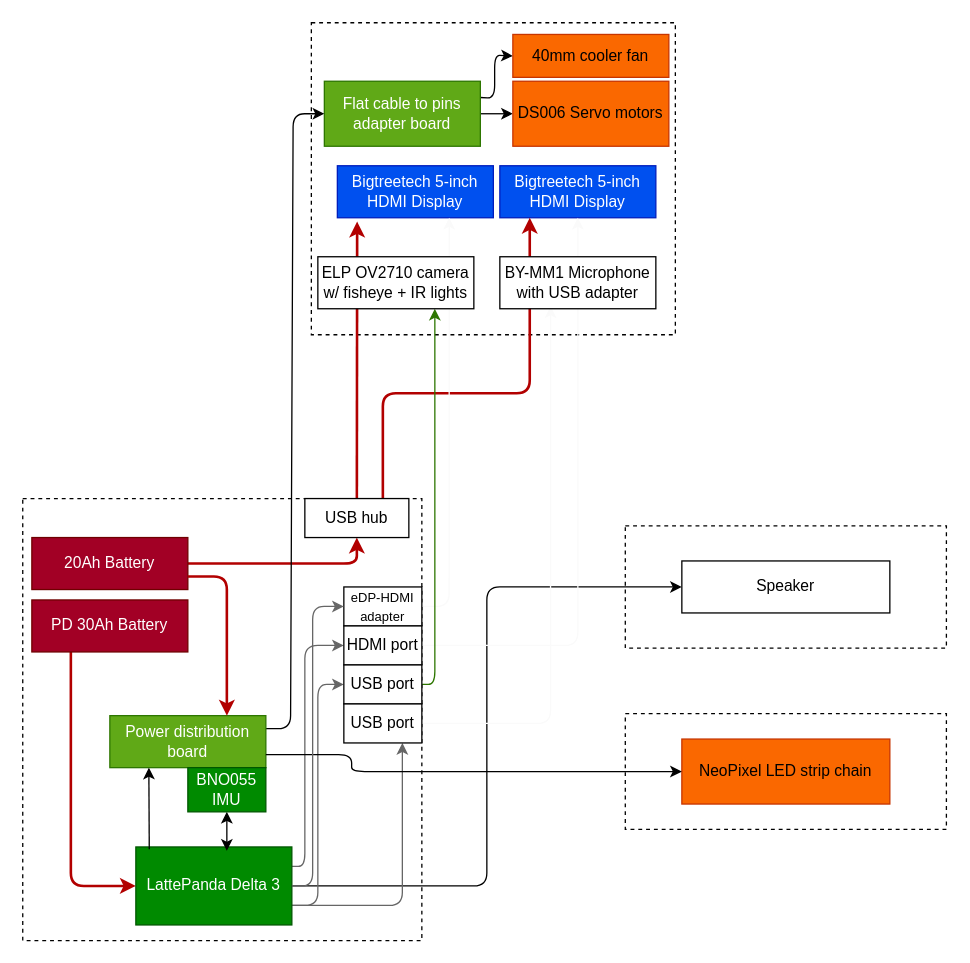
Earlier version of the draw.io diagram Planning/Hardware.drawio (MekhyW/DYNAMO-Electronic_Fursuit-2.0). Source tidied: cells renumbered, new cells numbered last; positions are measured from the earlier drawing's top-left corner, leaving out a move shared by most shapes. Both pictures are drawn from the tidied source at 130%, with x=0, y=0 at pixel (22, 22).
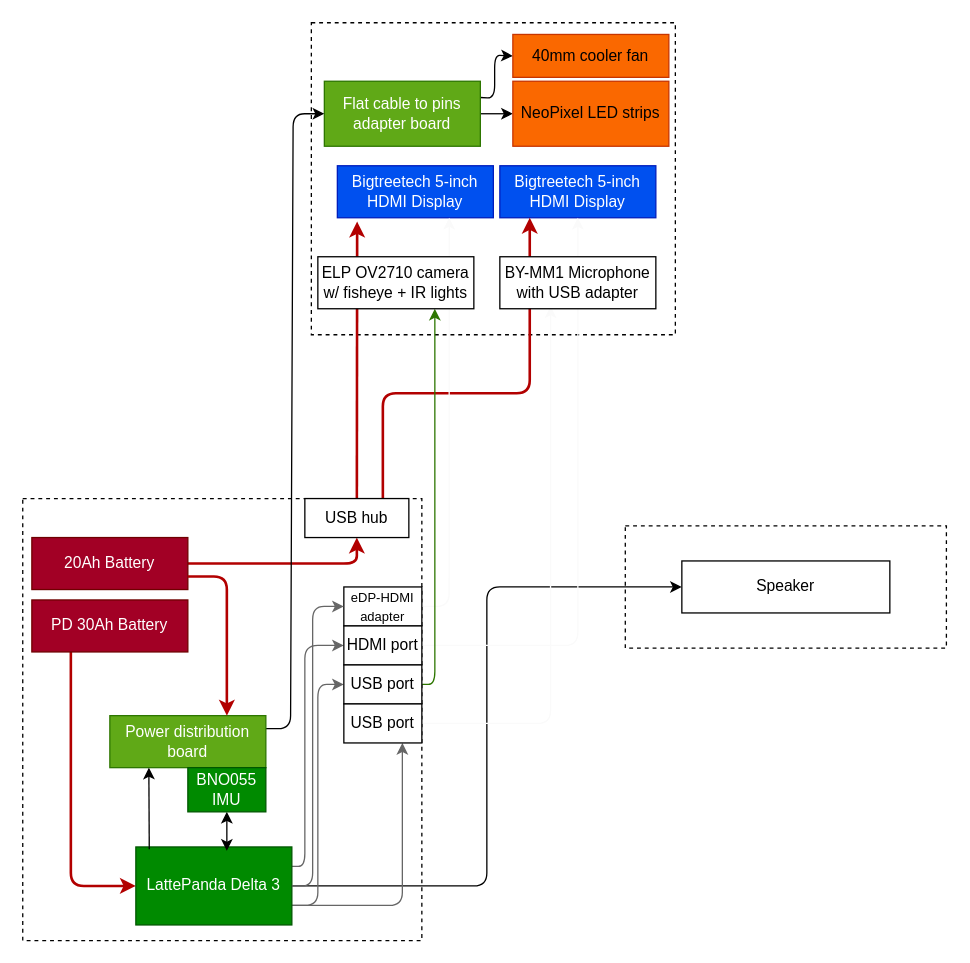
Above is the later version.

The change refers to these unchanged cells:
```xml
<mxCell id="21" value="Power distribution board" style="rounded=0;whiteSpace=wrap;html=1;fillColor=#60a917;fontColor=#ffffff;strokeColor=#2D7600;" parent="1" vertex="1">
  <mxGeometry x="67" y="533" width="120" height="40" as="geometry" />
</mxCell>
```

Diff of the diagram source:
```diff
@@
-    <mxCell id="7" value="DS006 Servo motors" style="rounded=0;whiteSpace=wrap;html=1;fillColor=#fa6800;fontColor=#000000;strokeColor=#C73500;" parent="1" vertex="1">
+    <mxCell id="7" value="&lt;span style=&quot;color: rgb(0, 0, 0);&quot;&gt;NeoPixel LED strips&lt;/span&gt;" style="rounded=0;whiteSpace=wrap;html=1;fillColor=#fa6800;fontColor=#000000;strokeColor=#C73500;" parent="1" vertex="1">
       <mxGeometry x="377" y="45" width="120" height="50" as="geometry" />
     </mxCell>
@@
-    <mxCell id="10" style="rounded=0;whiteSpace=wrap;html=1;dashed=1;" parent="1" vertex="1">
-      <mxGeometry x="463.5" y="531.5" width="247" height="89" as="geometry" />
-    </mxCell>
@@
-    <mxCell id="26" value="NeoPixel LED strip chain" style="rounded=0;whiteSpace=wrap;html=1;fillColor=#fa6800;fontColor=#000000;strokeColor=#C73500;" parent="1" vertex="1">
-      <mxGeometry x="507" y="551" width="160" height="50" as="geometry" />
-    </mxCell>
-    <mxCell id="27" style="edgeStyle=none;html=1;exitX=1;exitY=0.75;exitDx=0;exitDy=0;entryX=0;entryY=0.5;entryDx=0;entryDy=0;" parent="1" edge="1" source="21" target="26">
-      <mxGeometry relative="1" as="geometry">
-        <Array as="points">
-          <mxPoint x="253" y="563" />
-          <mxPoint x="253" y="576" />
-        </Array>
-      </mxGeometry>
-    </mxCell>
```
